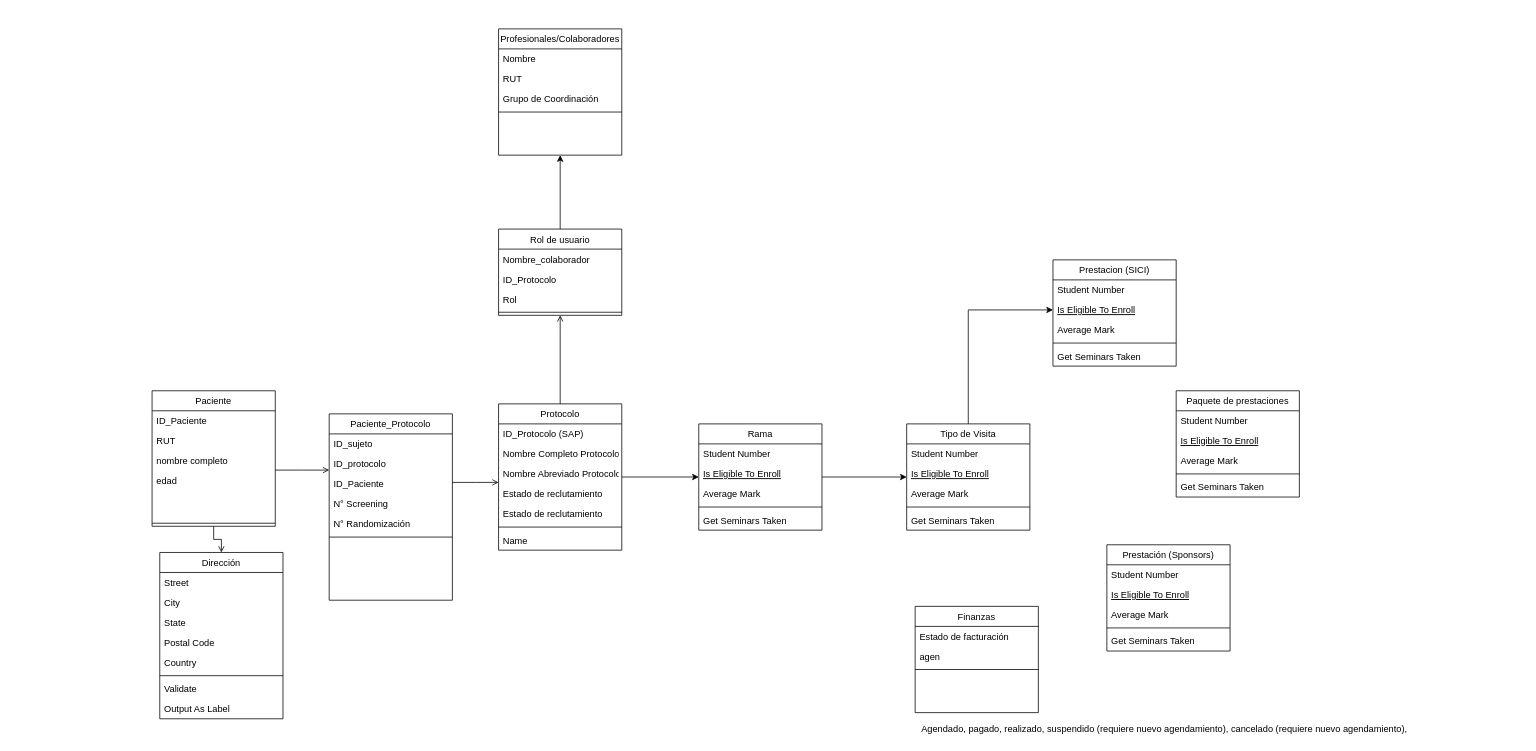
Before: UIDO_Protocolos.drawio in ietchart/UIDO, a draw.io diagram. Source tidied: cells renumbered, new cells numbered last; positions are measured from the earlier drawing's top-left corner, leaving out a move shared by most shapes. Both pictures are drawn from the tidied source at 77%, with x=0, y=0 at pixel (152, 28).
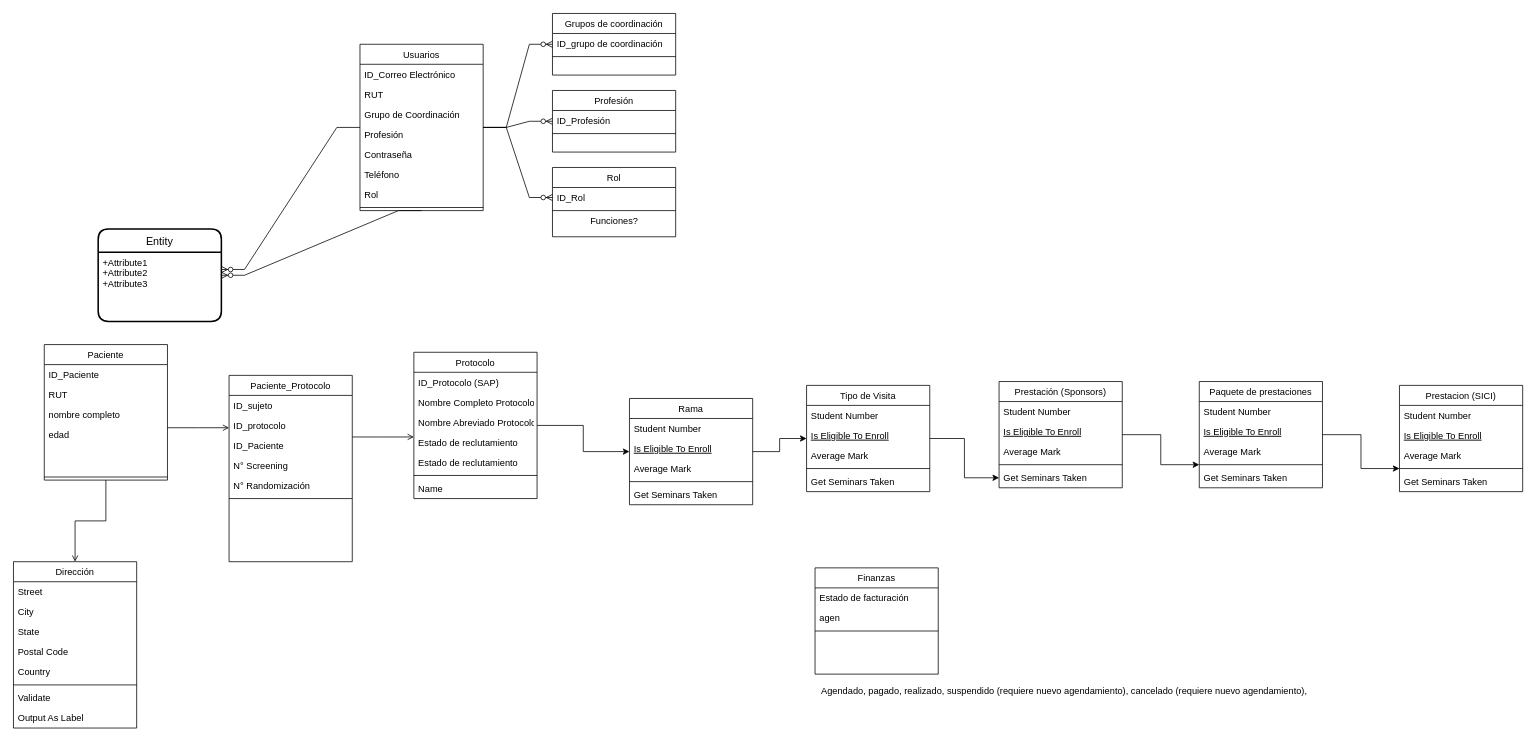
The same diagram, later.

The change refers to these unchanged cells:
```xml
<mxCell id="15" style="line;html=1;strokeWidth=1;align=left;verticalAlign=middle;spacingTop=-1;spacingLeft=3;spacingRight=3;labelPosition=right;points=[];portConstraint=eastwest;" parent="11" vertex="1">
  <mxGeometry y="104" width="160" height="8" as="geometry" />
</mxCell>
<mxCell id="28" value="Is Eligible To Enroll" style="text;align=left;verticalAlign=top;spacingLeft=4;spacingRight=4;overflow=hidden;points=[[0,0.5],[1,0.5]];portConstraint=eastwest;fontStyle=4;" parent="26" vertex="1">
  <mxGeometry y="52" width="160" height="26" as="geometry" />
</mxCell>
<mxCell id="30" style="line;html=1;strokeWidth=1;align=left;verticalAlign=middle;spacingTop=-1;spacingLeft=3;spacingRight=3;labelPosition=right;points=[];portConstraint=eastwest;" parent="26" vertex="1">
  <mxGeometry y="104" width="160" height="8" as="geometry" />
</mxCell>
<mxCell id="73" value="Get Seminars Taken" style="text;align=left;verticalAlign=top;spacingLeft=4;spacingRight=4;overflow=hidden;points=[[0,0.5],[1,0.5]];portConstraint=eastwest;" parent="68" vertex="1">
  <mxGeometry y="112" width="160" height="26" as="geometry" />
</mxCell>
```

The edit, as a diff of the source:
```diff
@@
     <mxCell id="3" value="Protocolo" style="swimlane;fontStyle=0;align=center;verticalAlign=top;horizontal=1;startSize=26;rounded=0;shadow=0;strokeWidth=1;" parent="1" vertex="1">
-      <mxGeometry x="450" y="487" width="160" height="190" as="geometry" />
+      <mxGeometry x="340" y="420" width="160" height="190" as="geometry" />
     </mxCell>
@@
+    <mxCell id="85" style="edgeStyle=orthogonalEdgeStyle;rounded=0;jettySize=auto;html=1;" parent="1" edge="1" source="11" target="30">
+      <mxGeometry relative="1" as="geometry" />
+    </mxCell>
     <mxCell id="11" value="Paquete de prestaciones" style="swimlane;fontStyle=0;align=center;verticalAlign=top;horizontal=1;startSize=26;rounded=0;shadow=0;strokeWidth=1;" parent="1" vertex="1">
-      <mxGeometry x="1330" y="470" width="160" height="138" as="geometry" />
+      <mxGeometry x="1360" y="458" width="160" height="138" as="geometry" />
     </mxCell>
@@
     <mxCell id="17" value="Dirección" style="swimlane;fontStyle=0;align=center;verticalAlign=top;horizontal=1;startSize=26;rounded=0;shadow=0;strokeWidth=1;" parent="1" vertex="1">
-      <mxGeometry x="10" y="680" width="160" height="216" as="geometry" />
+      <mxGeometry x="-180" y="692" width="160" height="216" as="geometry" />
     </mxCell>
@@
     <mxCell id="26" value="Prestacion (SICI)" style="swimlane;fontStyle=0;align=center;verticalAlign=top;horizontal=1;startSize=26;rounded=0;shadow=0;strokeWidth=1;" parent="1" vertex="1">
-      <mxGeometry x="1170" y="300" width="160" height="138" as="geometry" />
+      <mxGeometry x="1620" y="463" width="160" height="138" as="geometry" />
     </mxCell>
@@
     <mxCell id="33" value="Rama" style="swimlane;fontStyle=0;align=center;verticalAlign=top;horizontal=1;startSize=26;rounded=0;shadow=0;strokeWidth=1;" parent="1" vertex="1">
-      <mxGeometry x="710" y="513" width="160" height="138" as="geometry" />
+      <mxGeometry x="620" y="480" width="160" height="138" as="geometry" />
     </mxCell>
@@
     <mxCell id="39" value="Paciente_Protocolo" style="swimlane;fontStyle=0;align=center;verticalAlign=top;horizontal=1;startSize=26;rounded=0;shadow=0;strokeWidth=1;" parent="1" vertex="1">
-      <mxGeometry x="230" y="500" width="160" height="242" as="geometry" />
+      <mxGeometry x="100" y="450" width="160" height="242" as="geometry" />
     </mxCell>
@@
     <mxCell id="46" value="Paciente" style="swimlane;fontStyle=0;align=center;verticalAlign=top;horizontal=1;startSize=26;rounded=0;shadow=0;strokeWidth=1;" parent="1" vertex="1">
-      <mxGeometry y="470" width="160" height="176" as="geometry" />
+      <mxGeometry x="-140" y="410" width="160" height="176" as="geometry" />
     </mxCell>
@@
-    <mxCell id="55" value="Profesionales/Colaboradores" style="swimlane;fontStyle=0;align=center;verticalAlign=top;horizontal=1;startSize=26;rounded=0;shadow=0;strokeWidth=1;" parent="1" vertex="1">
-      <mxGeometry x="450" width="160" height="164" as="geometry" />
-    </mxCell>
-    <mxCell id="56" value="Nombre" style="text;align=left;verticalAlign=top;spacingLeft=4;spacingRight=4;overflow=hidden;" parent="55" vertex="1">
-      <mxGeometry y="26" width="160" height="26" as="geometry" />
-    </mxCell>
-    <mxCell id="57" value="RUT" style="text;align=left;verticalAlign=top;spacingLeft=4;spacingRight=4;overflow=hidden;" parent="55" vertex="1">
-      <mxGeometry y="52" width="160" height="26" as="geometry" />
-    </mxCell>
-    <mxCell id="58" value="Grupo de Coordinación" style="text;align=left;verticalAlign=top;spacingLeft=4;spacingRight=4;overflow=hidden;" parent="55" vertex="1">
-      <mxGeometry y="78" width="160" height="26" as="geometry" />
-    </mxCell>
-    <mxCell id="59" style="line;html=1;strokeWidth=1;align=left;verticalAlign=middle;spacingTop=-1;spacingLeft=3;spacingRight=3;labelPosition=right;" parent="55" vertex="1">
-      <mxGeometry y="104" width="160" height="8" as="geometry" />
-    </mxCell>
-    <mxCell id="60" style="endArrow=open;shadow=0;strokeWidth=1;rounded=0;endFill=1;edgeStyle=elbowEdgeStyle;elbow=vertical;" parent="1" edge="1" source="3" target="74">
-      <mxGeometry x="0.5" y="41" relative="1" as="geometry">
-        <Array as="points">
-          <mxPoint x="530" y="390" />
-          <mxPoint x="460" y="420" />
-        </Array>
-        <mxPoint x="-40" y="32" as="offset" />
-      </mxGeometry>
-    </mxCell>
-    <mxCell id="61" style="edgeStyle=orthogonalEdgeStyle;rounded=0;jettySize=auto;html=1;" parent="1" edge="1" source="62" target="28">
-      <mxGeometry relative="1" as="geometry" />
-    </mxCell>
+    <mxCell id="86" style="edgeStyle=orthogonalEdgeStyle;rounded=0;jettySize=auto;html=1;" parent="1" edge="1" source="62" target="73">
+      <mxGeometry relative="1" as="geometry" />
+    </mxCell>
     <mxCell id="62" value="Tipo de Visita" style="swimlane;fontStyle=0;align=center;verticalAlign=top;horizontal=1;startSize=26;rounded=0;shadow=0;strokeWidth=1;" parent="1" vertex="1">
-      <mxGeometry x="980" y="513" width="160" height="138" as="geometry" />
+      <mxGeometry x="850" y="463" width="160" height="138" as="geometry" />
     </mxCell>
@@
+    <mxCell id="87" style="edgeStyle=orthogonalEdgeStyle;rounded=0;jettySize=auto;html=1;" parent="1" edge="1" source="68" target="15">
+      <mxGeometry relative="1" as="geometry" />
+    </mxCell>
     <mxCell id="68" value="Prestación (Sponsors)" style="swimlane;fontStyle=0;align=center;verticalAlign=top;horizontal=1;startSize=26;rounded=0;shadow=0;strokeWidth=1;" parent="1" vertex="1">
-      <mxGeometry x="1240" y="670" width="160" height="138" as="geometry" />
+      <mxGeometry x="1100" y="458" width="160" height="138" as="geometry" />
     </mxCell>
@@
-    <mxCell id="74" value="Rol de usuario" style="swimlane;fontStyle=0;align=center;verticalAlign=top;horizontal=1;startSize=26;rounded=0;shadow=0;strokeWidth=1;" parent="1" vertex="1">
-      <mxGeometry x="450" y="260" width="160" height="112" as="geometry" />
-    </mxCell>
-    <mxCell id="75" value="Nombre_colaborador" style="text;align=left;verticalAlign=top;spacingLeft=4;spacingRight=4;overflow=hidden;" parent="74" vertex="1">
-      <mxGeometry y="26" width="160" height="26" as="geometry" />
-    </mxCell>
-    <mxCell id="76" value="ID_Protocolo" style="text;align=left;verticalAlign=top;spacingLeft=4;spacingRight=4;overflow=hidden;" parent="74" vertex="1">
-      <mxGeometry y="52" width="160" height="26" as="geometry" />
-    </mxCell>
-    <mxCell id="77" value="Rol" style="text;align=left;verticalAlign=top;spacingLeft=4;spacingRight=4;overflow=hidden;" parent="74" vertex="1">
-      <mxGeometry y="78" width="160" height="26" as="geometry" />
-    </mxCell>
-    <mxCell id="78" style="line;html=1;strokeWidth=1;align=left;verticalAlign=middle;spacingTop=-1;spacingLeft=3;spacingRight=3;labelPosition=right;" parent="74" vertex="1">
-      <mxGeometry y="104" width="160" height="8" as="geometry" />
-    </mxCell>
-    <mxCell id="79" style="edgeStyle=orthogonalEdgeStyle;rounded=0;jettySize=auto;html=1;" parent="1" edge="1" source="74" target="55">
-      <mxGeometry relative="1" as="geometry" />
-    </mxCell>
     <mxCell id="80" value="Finanzas" style="swimlane;fontStyle=0;align=center;verticalAlign=top;horizontal=1;startSize=26;rounded=0;shadow=0;strokeWidth=1;" parent="1" vertex="1">
-      <mxGeometry x="991" y="750" width="160" height="138" as="geometry" />
+      <mxGeometry x="861" y="700" width="160" height="138" as="geometry" />
     </mxCell>
@@
     <mxCell id="84" value="Agendado, pagado, realizado, suspendido (requiere nuevo agendamiento), cancelado (requiere nuevo agendamiento),&amp;nbsp;" style="text;html=1;align=center;verticalAlign=middle;strokeColor=none;fillColor=none;" parent="1" vertex="1">
-      <mxGeometry x="991" y="900" width="650" height="20" as="geometry" />
+      <mxGeometry x="861" y="850" width="650" height="20" as="geometry" />
     </mxCell>
+    <mxCell id="88" value="Usuarios" style="swimlane;fontStyle=0;align=center;verticalAlign=top;horizontal=1;startSize=26;rounded=0;shadow=0;strokeWidth=1;" parent="1" vertex="1">
+      <mxGeometry x="270" y="20" width="160" height="216" as="geometry" />
+    </mxCell>
+    <mxCell id="89" value="ID_Correo Electrónico" style="text;align=left;verticalAlign=top;spacingLeft=4;spacingRight=4;overflow=hidden;" parent="88" vertex="1">
+      <mxGeometry y="26" width="160" height="26" as="geometry" />
+    </mxCell>
+    <mxCell id="57" value="RUT" style="text;align=left;verticalAlign=top;spacingLeft=4;spacingRight=4;overflow=hidden;" parent="88" vertex="1">
+      <mxGeometry y="52" width="160" height="26" as="geometry" />
+    </mxCell>
+    <mxCell id="58" value="Grupo de Coordinación" style="text;align=left;verticalAlign=top;spacingLeft=4;spacingRight=4;overflow=hidden;" parent="88" vertex="1">
+      <mxGeometry y="78" width="160" height="26" as="geometry" />
+    </mxCell>
+    <mxCell id="90" value="Profesión" style="text;align=left;verticalAlign=top;spacingLeft=4;spacingRight=4;overflow=hidden;" parent="88" vertex="1">
+      <mxGeometry y="104" width="160" height="26" as="geometry" />
+    </mxCell>
+    <mxCell id="91" value="Contraseña" style="text;align=left;verticalAlign=top;spacingLeft=4;spacingRight=4;overflow=hidden;" parent="88" vertex="1">
+      <mxGeometry y="130" width="160" height="26" as="geometry" />
+    </mxCell>
+    <mxCell id="92" value="Teléfono" style="text;align=left;verticalAlign=top;spacingLeft=4;spacingRight=4;overflow=hidden;" parent="88" vertex="1">
+      <mxGeometry y="156" width="160" height="26" as="geometry" />
+    </mxCell>
+    <mxCell id="77" value="Rol" style="text;align=left;verticalAlign=top;spacingLeft=4;spacingRight=4;overflow=hidden;" parent="88" vertex="1">
+      <mxGeometry y="182" width="160" height="26" as="geometry" />
+    </mxCell>
+    <mxCell id="93" style="line;html=1;strokeWidth=1;align=left;verticalAlign=middle;spacingTop=-1;spacingLeft=3;spacingRight=3;labelPosition=right;" parent="88" vertex="1">
+      <mxGeometry y="208" width="160" height="8" as="geometry" />
+    </mxCell>
+    <mxCell id="94" value="Grupos de coordinación&#10;" style="swimlane;fontStyle=0;align=center;verticalAlign=top;horizontal=1;startSize=26;rounded=0;shadow=0;strokeWidth=1;" parent="1" vertex="1">
+      <mxGeometry x="520" y="-20" width="160" height="80" as="geometry" />
+    </mxCell>
+    <mxCell id="95" value="ID_grupo de coordinación" style="text;align=left;verticalAlign=top;spacingLeft=4;spacingRight=4;overflow=hidden;" parent="94" vertex="1">
+      <mxGeometry y="26" width="160" height="26" as="geometry" />
+    </mxCell>
+    <mxCell id="96" style="line;html=1;strokeWidth=1;align=left;verticalAlign=middle;spacingTop=-1;spacingLeft=3;spacingRight=3;labelPosition=right;" parent="94" vertex="1">
+      <mxGeometry y="52" width="160" height="8" as="geometry" />
+    </mxCell>
+    <mxCell id="97" value="Profesión" style="swimlane;fontStyle=0;align=center;verticalAlign=top;horizontal=1;startSize=26;rounded=0;shadow=0;strokeWidth=1;" parent="1" vertex="1">
+      <mxGeometry x="520" y="80" width="160" height="80" as="geometry" />
+    </mxCell>
+    <mxCell id="98" value="ID_Profesión" style="text;align=left;verticalAlign=top;spacingLeft=4;spacingRight=4;overflow=hidden;" parent="97" vertex="1">
+      <mxGeometry y="26" width="160" height="26" as="geometry" />
+    </mxCell>
+    <mxCell id="99" style="line;html=1;strokeWidth=1;align=left;verticalAlign=middle;spacingTop=-1;spacingLeft=3;spacingRight=3;labelPosition=right;" parent="97" vertex="1">
+      <mxGeometry y="52" width="160" height="8" as="geometry" />
+    </mxCell>
+    <mxCell id="100" value="Rol" style="swimlane;fontStyle=0;align=center;verticalAlign=top;horizontal=1;startSize=26;rounded=0;shadow=0;strokeWidth=1;" parent="1" vertex="1">
+      <mxGeometry x="520" y="180" width="160" height="90" as="geometry" />
+    </mxCell>
+    <mxCell id="101" value="ID_Rol" style="text;align=left;verticalAlign=top;spacingLeft=4;spacingRight=4;overflow=hidden;points=[[0,0.5],[1,0.5]];portConstraint=eastwest;" parent="100" vertex="1">
+      <mxGeometry y="26" width="160" height="26" as="geometry" />
+    </mxCell>
+    <mxCell id="102" style="line;html=1;strokeWidth=1;align=left;verticalAlign=middle;spacingTop=-1;spacingLeft=3;spacingRight=3;labelPosition=right;" parent="100" vertex="1">
+      <mxGeometry y="52" width="160" height="8" as="geometry" />
+    </mxCell>
+    <mxCell id="103" value="Funciones?" style="text;html=1;align=center;verticalAlign=middle;strokeColor=none;fillColor=none;" parent="100" vertex="1">
+      <mxGeometry y="60" width="160" height="20" as="geometry" />
+    </mxCell>
+    <mxCell id="104" style="edgeStyle=entityRelationEdgeStyle;fontSize=12;html=1;endArrow=ERzeroToMany;endFill=1;rounded=0;" parent="1" edge="1" source="88" target="94">
+      <mxGeometry relative="1" as="geometry" />
+    </mxCell>
+    <mxCell id="105" style="edgeStyle=entityRelationEdgeStyle;fontSize=12;html=1;endArrow=ERzeroToMany;endFill=1;rounded=0;" parent="1" edge="1" source="88" target="97">
+      <mxGeometry relative="1" as="geometry" />
+    </mxCell>
+    <mxCell id="106" style="edgeStyle=entityRelationEdgeStyle;fontSize=12;html=1;endArrow=ERzeroToMany;endFill=1;rounded=0;entryX=0;entryY=0.5;entryDx=0;entryDy=0;" parent="1" edge="1" source="88" target="101">
+      <mxGeometry relative="1" as="geometry" />
+    </mxCell>
+    <mxCell id="107" style="edgeStyle=entityRelationEdgeStyle;fontSize=12;html=1;endArrow=ERzeroToMany;endFill=1;rounded=0;exitX=0.5;exitY=1;exitDx=0;exitDy=0;" parent="1" edge="1" source="88" target="108">
+      <mxGeometry relative="1" as="geometry" />
+    </mxCell>
+    <mxCell id="108" value="Entity" style="swimlane;horizontal=1;startSize=30;rounded=1;fontSize=14;fontStyle=0;strokeWidth=2;shadow=0;dashed=0;align=center;" parent="1" vertex="1">
+      <mxGeometry x="-70" y="260" width="160" height="120" as="geometry" />
+    </mxCell>
+    <mxCell id="109" value="+Attribute1&#10;+Attribute2&#10;+Attribute3" style="align=left;strokeColor=none;fillColor=none;spacingLeft=4;fontSize=12;verticalAlign=top;" parent="108" vertex="1">
+      <mxGeometry y="30" width="160" height="90" as="geometry" />
+    </mxCell>
+    <mxCell id="110" style="edgeStyle=entityRelationEdgeStyle;fontSize=12;html=1;endArrow=ERzeroToMany;endFill=1;rounded=0;entryX=1;entryY=0.25;entryDx=0;entryDy=0;" parent="1" edge="1" source="88" target="109">
+      <mxGeometry relative="1" as="geometry" />
+    </mxCell>
```
